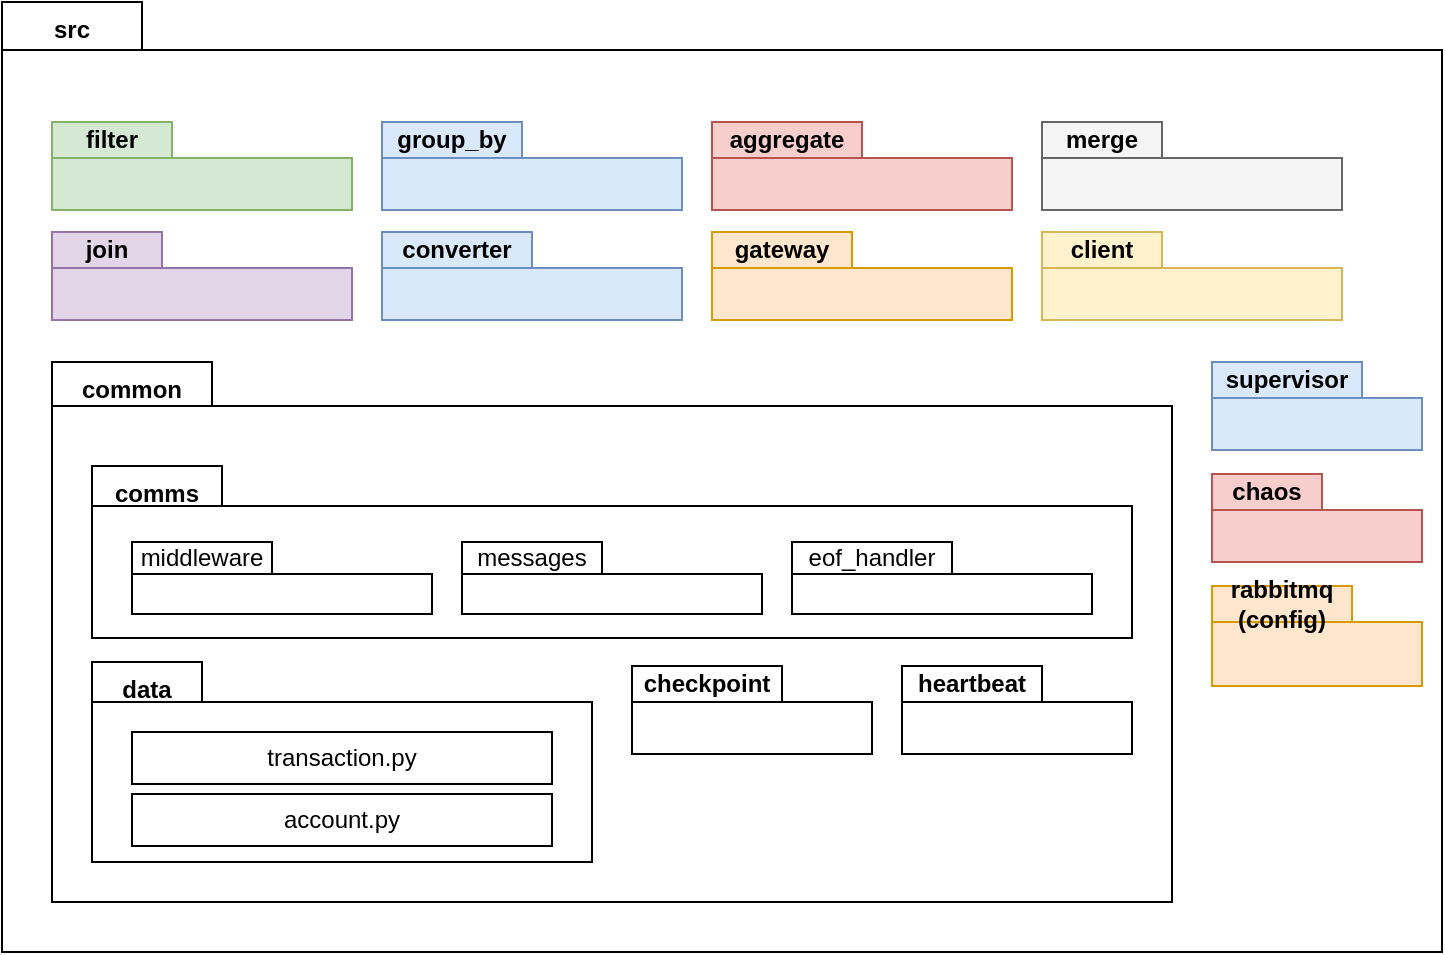
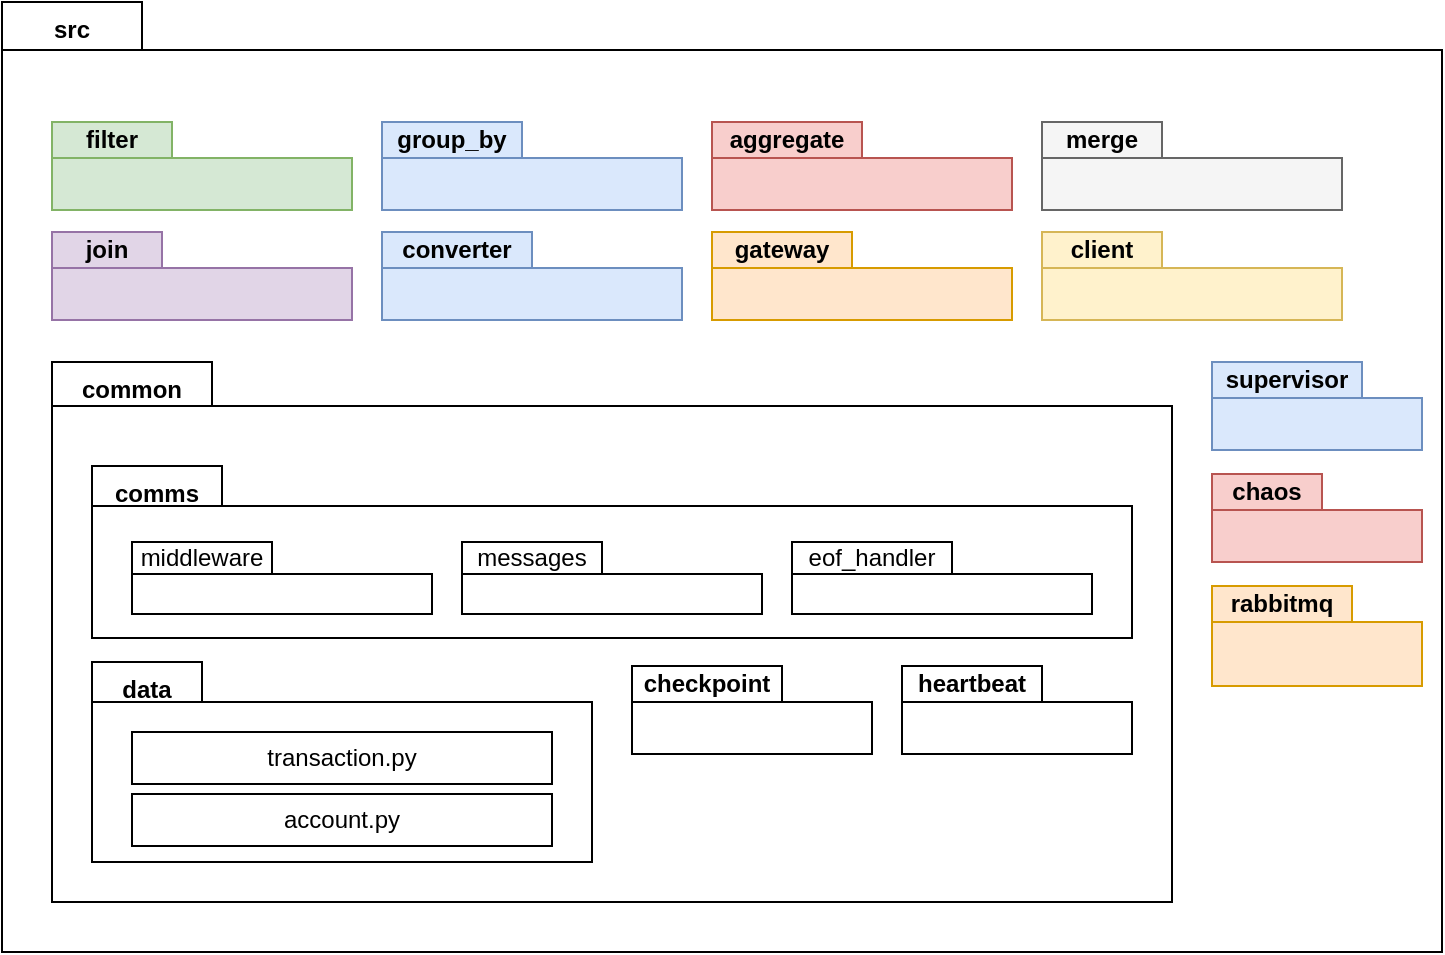
- <mxfile host="app.diagrams.net" version="24.0.0">
+ <mxfile host="Electron">
  <diagram name="packages" id="pkg">
-     <mxGraphModel dx="900" dy="700" grid="0" gridSize="10" guides="1" tooltips="1" connect="1" arrows="1" fold="1" page="1" pageScale="1" pageWidth="760" pageHeight="660" math="0" shadow="0">
+     <mxGraphModel dx="1201" dy="828" grid="0" gridSize="10" guides="1" tooltips="1" connect="1" arrows="1" fold="1" page="1" pageScale="1" pageWidth="760" pageHeight="660" math="0" shadow="0">
      <root>
        <mxCell id="0" />
        <mxCell id="1" parent="0" />
- 
-         <!-- src outer -->
-         <mxCell id="src" value="src" style="shape=folder;fontStyle=1;tabWidth=70;tabHeight=24;tabPosition=left;html=1;boundedLbl=1;labelInHeader=1;whiteSpace=wrap;verticalAlign=top;" vertex="1" parent="1">
-           <mxGeometry x="20" y="20" width="720" height="475" as="geometry" />
+         <mxCell id="src" parent="1" style="shape=folder;fontStyle=1;tabWidth=70;tabHeight=24;tabPosition=left;html=1;boundedLbl=1;labelInHeader=1;whiteSpace=wrap;verticalAlign=top;" value="src" vertex="1">
+           <mxGeometry height="475" width="720" x="20" y="20" as="geometry" />
        </mxCell>
- 
-         <!-- controller packages (flat under src) -->
-         <mxCell id="cf" value="filter" style="shape=folder;fontStyle=1;tabWidth=60;tabHeight=18;tabPosition=left;html=1;boundedLbl=1;labelInHeader=1;whiteSpace=wrap;fillColor=#d5e8d4;strokeColor=#82b366;" vertex="1" parent="1"><mxGeometry x="45" y="80" width="150" height="44" as="geometry" /></mxCell>
-         <mxCell id="cg" value="group_by" style="shape=folder;fontStyle=1;tabWidth=70;tabHeight=18;tabPosition=left;html=1;boundedLbl=1;labelInHeader=1;whiteSpace=wrap;fillColor=#dae8fc;strokeColor=#6c8ebf;" vertex="1" parent="1"><mxGeometry x="210" y="80" width="150" height="44" as="geometry" /></mxCell>
-         <mxCell id="ca" value="aggregate" style="shape=folder;fontStyle=1;tabWidth=75;tabHeight=18;tabPosition=left;html=1;boundedLbl=1;labelInHeader=1;whiteSpace=wrap;fillColor=#f8cecc;strokeColor=#b85450;" vertex="1" parent="1"><mxGeometry x="375" y="80" width="150" height="44" as="geometry" /></mxCell>
-         <mxCell id="cm" value="merge" style="shape=folder;fontStyle=1;tabWidth=60;tabHeight=18;tabPosition=left;html=1;boundedLbl=1;labelInHeader=1;whiteSpace=wrap;fillColor=#f5f5f5;strokeColor=#666666;" vertex="1" parent="1"><mxGeometry x="540" y="80" width="150" height="44" as="geometry" /></mxCell>
-         <mxCell id="cj" value="join" style="shape=folder;fontStyle=1;tabWidth=55;tabHeight=18;tabPosition=left;html=1;boundedLbl=1;labelInHeader=1;whiteSpace=wrap;fillColor=#e1d5e7;strokeColor=#9673a6;" vertex="1" parent="1"><mxGeometry x="45" y="135" width="150" height="44" as="geometry" /></mxCell>
-         <mxCell id="cc" value="converter" style="shape=folder;fontStyle=1;tabWidth=75;tabHeight=18;tabPosition=left;html=1;boundedLbl=1;labelInHeader=1;whiteSpace=wrap;fillColor=#dae8fc;strokeColor=#6c8ebf;" vertex="1" parent="1"><mxGeometry x="210" y="135" width="150" height="44" as="geometry" /></mxCell>
-         <mxCell id="cgw" value="gateway" style="shape=folder;fontStyle=1;tabWidth=70;tabHeight=18;tabPosition=left;html=1;boundedLbl=1;labelInHeader=1;whiteSpace=wrap;fillColor=#ffe6cc;strokeColor=#d79b00;" vertex="1" parent="1"><mxGeometry x="375" y="135" width="150" height="44" as="geometry" /></mxCell>
-         <mxCell id="ccl" value="client" style="shape=folder;fontStyle=1;tabWidth=60;tabHeight=18;tabPosition=left;html=1;boundedLbl=1;labelInHeader=1;whiteSpace=wrap;fillColor=#fff2cc;strokeColor=#d6b656;" vertex="1" parent="1"><mxGeometry x="540" y="135" width="150" height="44" as="geometry" /></mxCell>
- 
-         <!-- common -->
-         <mxCell id="common" value="common" style="shape=folder;fontStyle=1;tabWidth=80;tabHeight=22;tabPosition=left;html=1;boundedLbl=1;labelInHeader=1;whiteSpace=wrap;verticalAlign=top;" vertex="1" parent="1">
-           <mxGeometry x="45" y="200" width="560" height="270" as="geometry" />
+         <mxCell id="cf" parent="1" style="shape=folder;fontStyle=1;tabWidth=60;tabHeight=18;tabPosition=left;html=1;boundedLbl=1;labelInHeader=1;whiteSpace=wrap;fillColor=#d5e8d4;strokeColor=#82b366;" value="filter" vertex="1">
+           <mxGeometry height="44" width="150" x="45" y="80" as="geometry" />
        </mxCell>
- 
-         <!-- comms -->
-         <mxCell id="comms" value="comms" style="shape=folder;fontStyle=1;tabWidth=65;tabHeight=20;tabPosition=left;html=1;boundedLbl=1;labelInHeader=1;whiteSpace=wrap;verticalAlign=top;" vertex="1" parent="1">
-           <mxGeometry x="65" y="252" width="520" height="86" as="geometry" />
+         <mxCell id="cg" parent="1" style="shape=folder;fontStyle=1;tabWidth=70;tabHeight=18;tabPosition=left;html=1;boundedLbl=1;labelInHeader=1;whiteSpace=wrap;fillColor=#dae8fc;strokeColor=#6c8ebf;" value="group_by" vertex="1">
+           <mxGeometry height="44" width="150" x="210" y="80" as="geometry" />
        </mxCell>
-         <mxCell id="mw" value="middleware" style="shape=folder;fontStyle=0;tabWidth=70;tabHeight=16;tabPosition=left;html=1;boundedLbl=1;labelInHeader=1;whiteSpace=wrap;" vertex="1" parent="1"><mxGeometry x="85" y="290" width="150" height="36" as="geometry" /></mxCell>
-         <mxCell id="ms" value="messages" style="shape=folder;fontStyle=0;tabWidth=70;tabHeight=16;tabPosition=left;html=1;boundedLbl=1;labelInHeader=1;whiteSpace=wrap;" vertex="1" parent="1"><mxGeometry x="250" y="290" width="150" height="36" as="geometry" /></mxCell>
-         <mxCell id="eh" value="eof_handler" style="shape=folder;fontStyle=0;tabWidth=80;tabHeight=16;tabPosition=left;html=1;boundedLbl=1;labelInHeader=1;whiteSpace=wrap;" vertex="1" parent="1"><mxGeometry x="415" y="290" width="150" height="36" as="geometry" /></mxCell>
- 
-         <!-- data -->
-         <mxCell id="data" value="data" style="shape=folder;fontStyle=1;tabWidth=55;tabHeight=20;tabPosition=left;html=1;boundedLbl=1;labelInHeader=1;whiteSpace=wrap;verticalAlign=top;" vertex="1" parent="1">
-           <mxGeometry x="65" y="350" width="250" height="100" as="geometry" />
+         <mxCell id="ca" parent="1" style="shape=folder;fontStyle=1;tabWidth=75;tabHeight=18;tabPosition=left;html=1;boundedLbl=1;labelInHeader=1;whiteSpace=wrap;fillColor=#f8cecc;strokeColor=#b85450;" value="aggregate" vertex="1">
+           <mxGeometry height="44" width="150" x="375" y="80" as="geometry" />
        </mxCell>
-         <mxCell id="tx" value="transaction.py" style="rounded=0;whiteSpace=wrap;html=1;" vertex="1" parent="1"><mxGeometry x="85" y="385" width="210" height="26" as="geometry" /></mxCell>
-         <mxCell id="acc" value="account.py" style="rounded=0;whiteSpace=wrap;html=1;" vertex="1" parent="1"><mxGeometry x="85" y="416" width="210" height="26" as="geometry" /></mxCell>
- 
-         <!-- checkpoint, heartbeat -->
-         <mxCell id="ckpt" value="checkpoint" style="shape=folder;fontStyle=1;tabWidth=75;tabHeight=18;tabPosition=left;html=1;boundedLbl=1;labelInHeader=1;whiteSpace=wrap;" vertex="1" parent="1"><mxGeometry x="335" y="352" width="120" height="44" as="geometry" /></mxCell>
-         <mxCell id="hb" value="heartbeat" style="shape=folder;fontStyle=1;tabWidth=70;tabHeight=18;tabPosition=left;html=1;boundedLbl=1;labelInHeader=1;whiteSpace=wrap;" vertex="1" parent="1"><mxGeometry x="470" y="352" width="115" height="44" as="geometry" /></mxCell>
- 
-         <!-- supervisor, chaos, rabbitmq -->
-         <mxCell id="sup" value="supervisor" style="shape=folder;fontStyle=1;tabWidth=75;tabHeight=18;tabPosition=left;html=1;boundedLbl=1;labelInHeader=1;whiteSpace=wrap;fillColor=#dae8fc;strokeColor=#6c8ebf;" vertex="1" parent="1"><mxGeometry x="625" y="200" width="105" height="44" as="geometry" /></mxCell>
-         <mxCell id="chaos" value="chaos" style="shape=folder;fontStyle=1;tabWidth=55;tabHeight=18;tabPosition=left;html=1;boundedLbl=1;labelInHeader=1;whiteSpace=wrap;fillColor=#f8cecc;strokeColor=#b85450;" vertex="1" parent="1"><mxGeometry x="625" y="256" width="105" height="44" as="geometry" /></mxCell>
-         <mxCell id="rmq" value="rabbitmq&#10;(config)" style="shape=folder;fontStyle=1;tabWidth=70;tabHeight=18;tabPosition=left;html=1;boundedLbl=1;labelInHeader=1;whiteSpace=wrap;fillColor=#ffe6cc;strokeColor=#d79b00;" vertex="1" parent="1"><mxGeometry x="625" y="312" width="105" height="50" as="geometry" /></mxCell>
- 
+         <mxCell id="cm" parent="1" style="shape=folder;fontStyle=1;tabWidth=60;tabHeight=18;tabPosition=left;html=1;boundedLbl=1;labelInHeader=1;whiteSpace=wrap;fillColor=#f5f5f5;strokeColor=#666666;" value="merge" vertex="1">
+           <mxGeometry height="44" width="150" x="540" y="80" as="geometry" />
+         </mxCell>
+         <mxCell id="cj" parent="1" style="shape=folder;fontStyle=1;tabWidth=55;tabHeight=18;tabPosition=left;html=1;boundedLbl=1;labelInHeader=1;whiteSpace=wrap;fillColor=#e1d5e7;strokeColor=#9673a6;" value="join" vertex="1">
+           <mxGeometry height="44" width="150" x="45" y="135" as="geometry" />
+         </mxCell>
+         <mxCell id="cc" parent="1" style="shape=folder;fontStyle=1;tabWidth=75;tabHeight=18;tabPosition=left;html=1;boundedLbl=1;labelInHeader=1;whiteSpace=wrap;fillColor=#dae8fc;strokeColor=#6c8ebf;" value="converter" vertex="1">
+           <mxGeometry height="44" width="150" x="210" y="135" as="geometry" />
+         </mxCell>
+         <mxCell id="cgw" parent="1" style="shape=folder;fontStyle=1;tabWidth=70;tabHeight=18;tabPosition=left;html=1;boundedLbl=1;labelInHeader=1;whiteSpace=wrap;fillColor=#ffe6cc;strokeColor=#d79b00;" value="gateway" vertex="1">
+           <mxGeometry height="44" width="150" x="375" y="135" as="geometry" />
+         </mxCell>
+         <mxCell id="ccl" parent="1" style="shape=folder;fontStyle=1;tabWidth=60;tabHeight=18;tabPosition=left;html=1;boundedLbl=1;labelInHeader=1;whiteSpace=wrap;fillColor=#fff2cc;strokeColor=#d6b656;" value="client" vertex="1">
+           <mxGeometry height="44" width="150" x="540" y="135" as="geometry" />
+         </mxCell>
+         <mxCell id="common" parent="1" style="shape=folder;fontStyle=1;tabWidth=80;tabHeight=22;tabPosition=left;html=1;boundedLbl=1;labelInHeader=1;whiteSpace=wrap;verticalAlign=top;" value="common" vertex="1">
+           <mxGeometry height="270" width="560" x="45" y="200" as="geometry" />
+         </mxCell>
+         <mxCell id="comms" parent="1" style="shape=folder;fontStyle=1;tabWidth=65;tabHeight=20;tabPosition=left;html=1;boundedLbl=1;labelInHeader=1;whiteSpace=wrap;verticalAlign=top;" value="comms" vertex="1">
+           <mxGeometry height="86" width="520" x="65" y="252" as="geometry" />
+         </mxCell>
+         <mxCell id="mw" parent="1" style="shape=folder;fontStyle=0;tabWidth=70;tabHeight=16;tabPosition=left;html=1;boundedLbl=1;labelInHeader=1;whiteSpace=wrap;" value="middleware" vertex="1">
+           <mxGeometry height="36" width="150" x="85" y="290" as="geometry" />
+         </mxCell>
+         <mxCell id="ms" parent="1" style="shape=folder;fontStyle=0;tabWidth=70;tabHeight=16;tabPosition=left;html=1;boundedLbl=1;labelInHeader=1;whiteSpace=wrap;" value="messages" vertex="1">
+           <mxGeometry height="36" width="150" x="250" y="290" as="geometry" />
+         </mxCell>
+         <mxCell id="eh" parent="1" style="shape=folder;fontStyle=0;tabWidth=80;tabHeight=16;tabPosition=left;html=1;boundedLbl=1;labelInHeader=1;whiteSpace=wrap;" value="eof_handler" vertex="1">
+           <mxGeometry height="36" width="150" x="415" y="290" as="geometry" />
+         </mxCell>
+         <mxCell id="data" parent="1" style="shape=folder;fontStyle=1;tabWidth=55;tabHeight=20;tabPosition=left;html=1;boundedLbl=1;labelInHeader=1;whiteSpace=wrap;verticalAlign=top;" value="data" vertex="1">
+           <mxGeometry height="100" width="250" x="65" y="350" as="geometry" />
+         </mxCell>
+         <mxCell id="tx" parent="1" style="rounded=0;whiteSpace=wrap;html=1;" value="transaction.py" vertex="1">
+           <mxGeometry height="26" width="210" x="85" y="385" as="geometry" />
+         </mxCell>
+         <mxCell id="acc" parent="1" style="rounded=0;whiteSpace=wrap;html=1;" value="account.py" vertex="1">
+           <mxGeometry height="26" width="210" x="85" y="416" as="geometry" />
+         </mxCell>
+         <mxCell id="ckpt" parent="1" style="shape=folder;fontStyle=1;tabWidth=75;tabHeight=18;tabPosition=left;html=1;boundedLbl=1;labelInHeader=1;whiteSpace=wrap;" value="checkpoint" vertex="1">
+           <mxGeometry height="44" width="120" x="335" y="352" as="geometry" />
+         </mxCell>
+         <mxCell id="hb" parent="1" style="shape=folder;fontStyle=1;tabWidth=70;tabHeight=18;tabPosition=left;html=1;boundedLbl=1;labelInHeader=1;whiteSpace=wrap;" value="heartbeat" vertex="1">
+           <mxGeometry height="44" width="115" x="470" y="352" as="geometry" />
+         </mxCell>
+         <mxCell id="sup" parent="1" style="shape=folder;fontStyle=1;tabWidth=75;tabHeight=18;tabPosition=left;html=1;boundedLbl=1;labelInHeader=1;whiteSpace=wrap;fillColor=#dae8fc;strokeColor=#6c8ebf;" value="supervisor" vertex="1">
+           <mxGeometry height="44" width="105" x="625" y="200" as="geometry" />
+         </mxCell>
+         <mxCell id="chaos" parent="1" style="shape=folder;fontStyle=1;tabWidth=55;tabHeight=18;tabPosition=left;html=1;boundedLbl=1;labelInHeader=1;whiteSpace=wrap;fillColor=#f8cecc;strokeColor=#b85450;" value="chaos" vertex="1">
+           <mxGeometry height="44" width="105" x="625" y="256" as="geometry" />
+         </mxCell>
+         <mxCell id="rmq" parent="1" style="shape=folder;fontStyle=1;tabWidth=70;tabHeight=18;tabPosition=left;html=1;boundedLbl=1;labelInHeader=1;whiteSpace=wrap;fillColor=#ffe6cc;strokeColor=#d79b00;" value="rabbitmq" vertex="1">
+           <mxGeometry height="50" width="105" x="625" y="312" as="geometry" />
+         </mxCell>
      </root>
    </mxGraphModel>
  </diagram>
</mxfile>
